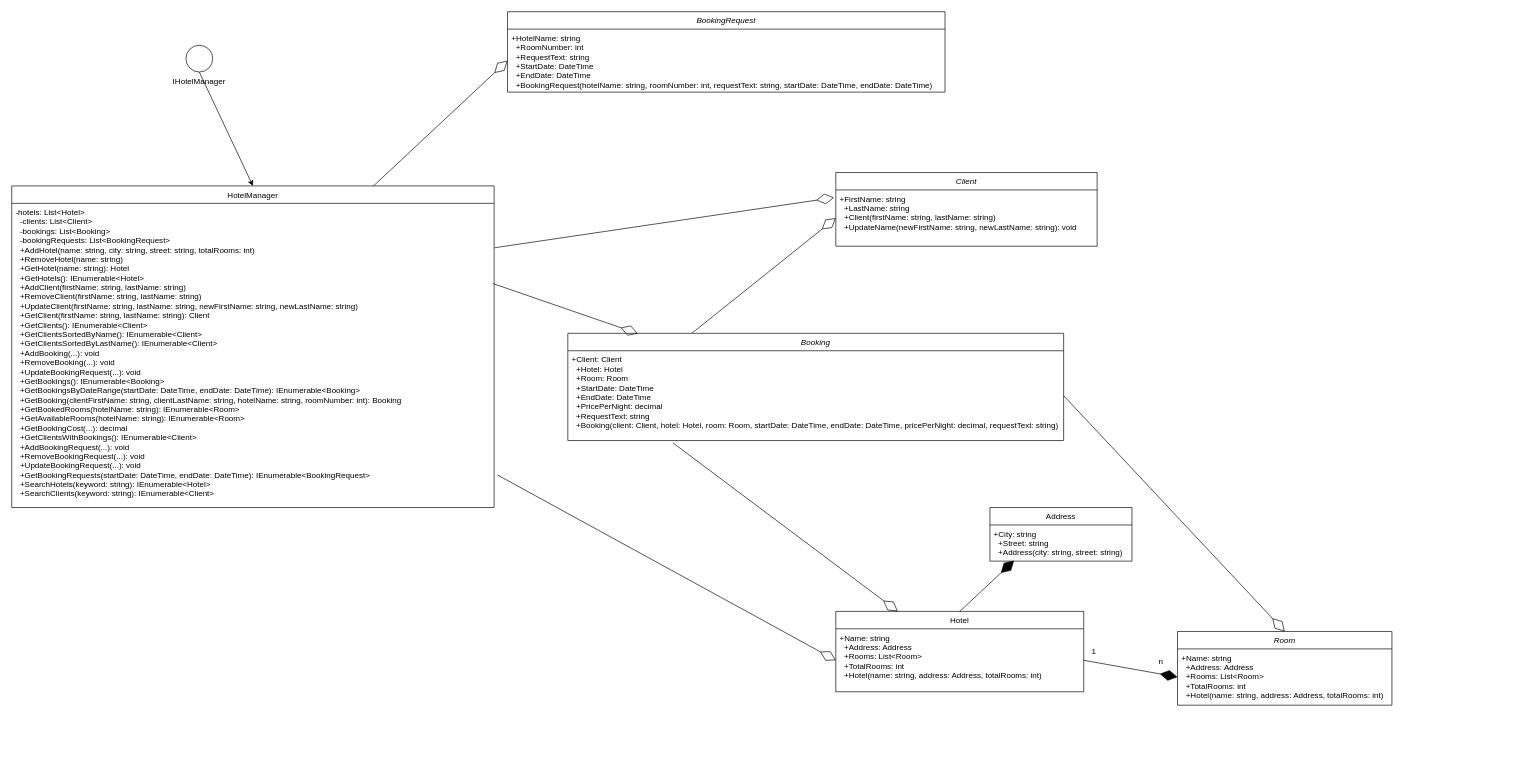
Above: Diagram.drawio in llllenah/Lab8 (draw.io), before the change. Source tidied: cells renumbered, new cells numbered last; positions are measured from the earlier drawing's top-left corner, leaving out a move shared by most shapes. Both pictures are drawn from the tidied source at 67%, with x=0, y=0 at pixel (11, 11).
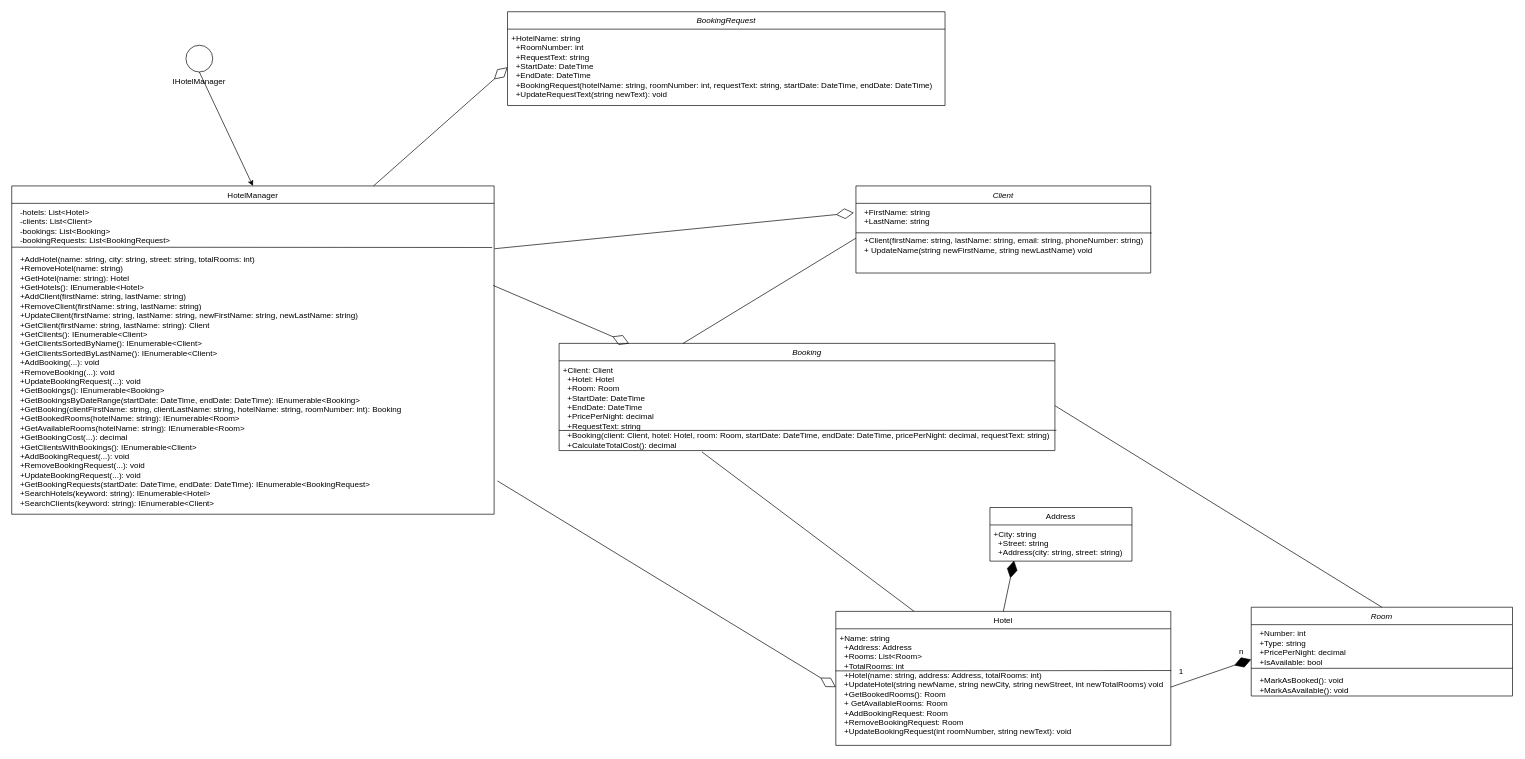
The same diagram, later.

Commit message (it also covers changes not shown here):
sort correction? amount of rooms are shown and detailed info for each client

The edit, as a diff of the source:
```diff
@@
     <mxCell id="2" value="Room" style="swimlane;fontStyle=2;align=center;verticalAlign=top;horizontal=1;startSize=26;rounded=0;shadow=0;strokeWidth=1;" parent="1" vertex="1">
-      <mxGeometry x="1740" y="925" width="320" height="110" as="geometry" />
+      <mxGeometry x="1850" y="888.8" width="390" height="132.5" as="geometry" />
     </mxCell>
-    <mxCell id="3" value="+Name: string&#10;  +Address: Address&#10;  +Rooms: List&lt;Room&gt;&#10;  +TotalRooms: int&#10;  +Hotel(name: string, address: Address, totalRooms: int)" style="text;align=left;verticalAlign=top;spacingLeft=4;spacingRight=4;overflow=hidden;points=[[0,0.5],[1,0.5]];portConstraint=eastwest;" parent="2" vertex="1">
-      <mxGeometry y="26" width="320" height="84" as="geometry" />
+    <mxCell id="3" value="  +Number: int&#10;  +Type: string&#10;  +PricePerNight: decimal&#10;  +IsAvailable: bool&#10;&#10;  +MarkAsBooked(): void&#10;  +MarkAsAvailable(): void" style="text;align=left;verticalAlign=top;spacingLeft=4;spacingRight=4;overflow=hidden;points=[[0,0.5],[1,0.5]];portConstraint=eastwest;" parent="2" vertex="1">
+      <mxGeometry y="26" width="390" height="104" as="geometry" />
     </mxCell>
+    <mxCell id="30" style="endArrow=none;html=1;rounded=0;exitX=1.003;exitY=0.774;exitDx=0;exitDy=0;exitPerimeter=0;" parent="2" edge="1">
+      <mxGeometry relative="1" as="geometry">
+        <mxPoint x="390" y="91.2" as="sourcePoint" />
+        <mxPoint y="91.2" as="targetPoint" />
+      </mxGeometry>
+    </mxCell>
     <mxCell id="4" value="HotelManager" style="swimlane;fontStyle=0;align=center;verticalAlign=top;horizontal=1;startSize=26;rounded=0;shadow=0;strokeWidth=1;" parent="1" vertex="1">
-      <mxGeometry y="260" width="720" height="480" as="geometry" />
+      <mxGeometry y="260" width="720" height="490" as="geometry" />
     </mxCell>
-    <mxCell id="5" value="-hotels: List&lt;Hotel&gt;&#10;  -clients: List&lt;Client&gt;&#10;  -bookings: List&lt;Booking&gt;&#10;  -bookingRequests: List&lt;BookingRequest&gt;&#10;  +AddHotel(name: string, city: string, street: string, totalRooms: int)&#10;  +RemoveHotel(name: string)&#10;  +GetHotel(name: string): Hotel&#10;  +GetHotels(): IEnumerable&lt;Hotel&gt;&#10;  +AddClient(firstName: string, lastName: string)&#10;  +RemoveClient(firstName: string, lastName: string)&#10;  +UpdateClient(firstName: string, lastName: string, newFirstName: string, newLastName: string)&#10;  +GetClient(firstName: string, lastName: string): Client&#10;  +GetClients(): IEnumerable&lt;Client&gt;&#10;  +GetClientsSortedByName(): IEnumerable&lt;Client&gt;&#10;  +GetClientsSortedByLastName(): IEnumerable&lt;Client&gt;&#10;  +AddBooking(...): void&#10;  +RemoveBooking(...): void&#10;  +UpdateBookingRequest(...): void&#10;  +GetBookings(): IEnumerable&lt;Booking&gt;&#10;  +GetBookingsByDateRange(startDate: DateTime, endDate: DateTime): IEnumerable&lt;Booking&gt;&#10;  +GetBooking(clientFirstName: string, clientLastName: string, hotelName: string, roomNumber: int): Booking&#10;  +GetBookedRooms(hotelName: string): IEnumerable&lt;Room&gt;&#10;  +GetAvailableRooms(hotelName: string): IEnumerable&lt;Room&gt;&#10;  +GetBookingCost(...): decimal&#10;  +GetClientsWithBookings(): IEnumerable&lt;Client&gt;&#10;  +AddBookingRequest(...): void&#10;  +RemoveBookingRequest(...): void&#10;  +UpdateBookingRequest(...): void&#10;  +GetBookingRequests(startDate: DateTime, endDate: DateTime): IEnumerable&lt;BookingRequest&gt;&#10;  +SearchHotels(keyword: string): IEnumerable&lt;Hotel&gt;&#10;  +SearchClients(keyword: string): IEnumerable&lt;Client&gt;" style="text;align=left;verticalAlign=top;spacingLeft=4;spacingRight=4;overflow=hidden;points=[[0,0.5],[1,0.5]];portConstraint=eastwest;" parent="4" vertex="1">
-      <mxGeometry y="26" width="720" height="454" as="geometry" />
+    <mxCell id="5" value="  -hotels: List&lt;Hotel&gt;&#10;  -clients: List&lt;Client&gt;&#10;  -bookings: List&lt;Booking&gt;&#10;  -bookingRequests: List&lt;BookingRequest&gt;&#10;&#10;  +AddHotel(name: string, city: string, street: string, totalRooms: int)&#10;  +RemoveHotel(name: string)&#10;  +GetHotel(name: string): Hotel&#10;  +GetHotels(): IEnumerable&lt;Hotel&gt;&#10;  +AddClient(firstName: string, lastName: string)&#10;  +RemoveClient(firstName: string, lastName: string)&#10;  +UpdateClient(firstName: string, lastName: string, newFirstName: string, newLastName: string)&#10;  +GetClient(firstName: string, lastName: string): Client&#10;  +GetClients(): IEnumerable&lt;Client&gt;&#10;  +GetClientsSortedByName(): IEnumerable&lt;Client&gt;&#10;  +GetClientsSortedByLastName(): IEnumerable&lt;Client&gt;&#10;  +AddBooking(...): void&#10;  +RemoveBooking(...): void&#10;  +UpdateBookingRequest(...): void&#10;  +GetBookings(): IEnumerable&lt;Booking&gt;&#10;  +GetBookingsByDateRange(startDate: DateTime, endDate: DateTime): IEnumerable&lt;Booking&gt;&#10;  +GetBooking(clientFirstName: string, clientLastName: string, hotelName: string, roomNumber: int): Booking&#10;  +GetBookedRooms(hotelName: string): IEnumerable&lt;Room&gt;&#10;  +GetAvailableRooms(hotelName: string): IEnumerable&lt;Room&gt;&#10;  +GetBookingCost(...): decimal&#10;  +GetClientsWithBookings(): IEnumerable&lt;Client&gt;&#10;  +AddBookingRequest(...): void&#10;  +RemoveBookingRequest(...): void&#10;  +UpdateBookingRequest(...): void&#10;  +GetBookingRequests(startDate: DateTime, endDate: DateTime): IEnumerable&lt;BookingRequest&gt;&#10;  +SearchHotels(keyword: string): IEnumerable&lt;Hotel&gt;&#10;  +SearchClients(keyword: string): IEnumerable&lt;Client&gt;" style="text;align=left;verticalAlign=top;spacingLeft=4;spacingRight=4;overflow=hidden;points=[[0,0.5],[1,0.5]];portConstraint=eastwest;" parent="4" vertex="1">
+      <mxGeometry y="26" width="720" height="464" as="geometry" />
     </mxCell>
+    <mxCell id="31" style="endArrow=none;html=1;rounded=0;exitX=0.996;exitY=0.142;exitDx=0;exitDy=0;exitPerimeter=0;entryX=0;entryY=0.141;entryDx=0;entryDy=0;entryPerimeter=0;" parent="4" edge="1" source="5" target="5">
+      <mxGeometry relative="1" as="geometry" />
+    </mxCell>
     <mxCell id="6" value="Hotel" style="swimlane;fontStyle=0;align=center;verticalAlign=top;horizontal=1;startSize=26;rounded=0;shadow=0;strokeWidth=1;" parent="1" vertex="1">
-      <mxGeometry x="1230" y="895" width="370" height="120" as="geometry" />
+      <mxGeometry x="1230" y="895" width="500" height="200" as="geometry" />
     </mxCell>
+    <mxCell id="32" style="endArrow=none;html=1;rounded=0;exitX=1.001;exitY=0.358;exitDx=0;exitDy=0;exitPerimeter=0;entryX=-0.001;entryY=0.361;entryDx=0;entryDy=0;entryPerimeter=0;" parent="6" edge="1" source="7" target="7">
+      <mxGeometry relative="1" as="geometry" />
+    </mxCell>
-    <mxCell id="7" value="+Name: string&#10;  +Address: Address&#10;  +Rooms: List&lt;Room&gt;&#10;  +TotalRooms: int&#10;  +Hotel(name: string, address: Address, totalRooms: int)" style="text;align=left;verticalAlign=top;spacingLeft=4;spacingRight=4;overflow=hidden;points=[[0,0.5],[1,0.5]];portConstraint=eastwest;" parent="6" vertex="1">
-      <mxGeometry y="26" width="370" height="94" as="geometry" />
+    <mxCell id="7" value="+Name: string&#10;  +Address: Address&#10;  +Rooms: List&lt;Room&gt;&#10;  +TotalRooms: int&#10;  +Hotel(name: string, address: Address, totalRooms: int)&#10;  +UpdateHotel(string newName, string newCity, string newStreet, int newTotalRooms) void&#10;  +GetBookedRooms(): Room&#10;  + GetAvailableRooms: Room&#10;  +AddBookingRequest: Room&#10;  +RemoveBookingRequest: Room&#10;  +UpdateBookingRequest(int roomNumber, string newText): void" style="text;align=left;verticalAlign=top;spacingLeft=4;spacingRight=4;overflow=hidden;points=[[0,0.5],[1,0.5]];portConstraint=eastwest;" parent="6" vertex="1">
+      <mxGeometry y="26" width="500" height="174" as="geometry" />
     </mxCell>
@@
     <mxCell id="10" value="Client" style="swimlane;fontStyle=2;align=center;verticalAlign=top;horizontal=1;startSize=26;rounded=0;shadow=0;strokeWidth=1;" parent="1" vertex="1">
-      <mxGeometry x="1230" y="240" width="390" height="110" as="geometry" />
+      <mxGeometry x="1260" y="260" width="440" height="130" as="geometry" />
     </mxCell>
+    <mxCell id="33" style="endArrow=none;html=1;rounded=0;exitX=1.003;exitY=0.425;exitDx=0;exitDy=0;exitPerimeter=0;entryX=0;entryY=0.141;entryDx=0;entryDy=0;entryPerimeter=0;" parent="10" edge="1" source="11">
+      <mxGeometry relative="1" as="geometry">
+        <mxPoint y="70" as="targetPoint" />
+      </mxGeometry>
+    </mxCell>
-    <mxCell id="11" value="+FirstName: string&#10;  +LastName: string&#10;  +Client(firstName: string, lastName: string)&#10;  +UpdateName(newFirstName: string, newLastName: string): void" style="text;align=left;verticalAlign=top;spacingLeft=4;spacingRight=4;overflow=hidden;points=[[0,0.5],[1,0.5]];portConstraint=eastwest;" parent="10" vertex="1">
-      <mxGeometry y="26" width="390" height="84" as="geometry" />
+    <mxCell id="11" value="  +FirstName: string &#10;  +LastName: string &#10;&#10;  +Client(firstName: string, lastName: string, email: string, phoneNumber: string) &#10;  + UpdateName(string newFirstName, string newLastName) void" style="text;align=left;verticalAlign=top;spacingLeft=4;spacingRight=4;overflow=hidden;points=[[0,0.5],[1,0.5]];portConstraint=eastwest;" parent="10" vertex="1">
+      <mxGeometry y="26" width="440" height="104" as="geometry" />
     </mxCell>
     <mxCell id="12" value="BookingRequest" style="swimlane;fontStyle=2;align=center;verticalAlign=top;horizontal=1;startSize=26;rounded=0;shadow=0;strokeWidth=1;" parent="1" vertex="1">
-      <mxGeometry x="740" width="653" height="120" as="geometry" />
+      <mxGeometry x="740" width="653" height="140" as="geometry" />
     </mxCell>
-    <mxCell id="13" value="+HotelName: string&#10;  +RoomNumber: int&#10;  +RequestText: string&#10;  +StartDate: DateTime&#10;  +EndDate: DateTime&#10;  +BookingRequest(hotelName: string, roomNumber: int, requestText: string, startDate: DateTime, endDate: DateTime)" style="text;align=left;verticalAlign=top;spacingLeft=4;spacingRight=4;overflow=hidden;points=[[0,0.5],[1,0.5]];portConstraint=eastwest;" parent="12" vertex="1">
-      <mxGeometry y="26" width="653" height="94" as="geometry" />
+    <mxCell id="13" value="+HotelName: string&#10;  +RoomNumber: int&#10;  +RequestText: string&#10;  +StartDate: DateTime&#10;  +EndDate: DateTime&#10;  +BookingRequest(hotelName: string, roomNumber: int, requestText: string, startDate: DateTime, endDate: DateTime)&#10;  +UpdateRequestText(string newText): void" style="text;align=left;verticalAlign=top;spacingLeft=4;spacingRight=4;overflow=hidden;points=[[0,0.5],[1,0.5]];portConstraint=eastwest;" parent="12" vertex="1">
+      <mxGeometry y="26" width="653" height="114" as="geometry" />
     </mxCell>
     <mxCell id="14" value="Booking" style="swimlane;fontStyle=2;align=center;verticalAlign=top;horizontal=1;startSize=26;rounded=0;shadow=0;strokeWidth=1;" parent="1" vertex="1">
-      <mxGeometry x="830" y="480" width="740" height="160" as="geometry" />
+      <mxGeometry x="817" y="495" width="740" height="160" as="geometry" />
     </mxCell>
-    <mxCell id="15" value="+Client: Client&#10;  +Hotel: Hotel&#10;  +Room: Room&#10;  +StartDate: DateTime&#10;  +EndDate: DateTime&#10;  +PricePerNight: decimal&#10;  +RequestText: string&#10;  +Booking(client: Client, hotel: Hotel, room: Room, startDate: DateTime, endDate: DateTime, pricePerNight: decimal, requestText: string)" style="text;align=left;verticalAlign=top;spacingLeft=4;spacingRight=4;overflow=hidden;points=[[0,0.5],[1,0.5]];portConstraint=eastwest;" parent="14" vertex="1">
+    <mxCell id="15" value="+Client: Client&#10;  +Hotel: Hotel&#10;  +Room: Room&#10;  +StartDate: DateTime&#10;  +EndDate: DateTime&#10;  +PricePerNight: decimal&#10;  +RequestText: string&#10;  +Booking(client: Client, hotel: Hotel, room: Room, startDate: DateTime, endDate: DateTime, pricePerNight: decimal, requestText: string)&#10;  +CalculateTotalCost(): decimal" style="text;align=left;verticalAlign=top;spacingLeft=4;spacingRight=4;overflow=hidden;points=[[0,0.5],[1,0.5]];portConstraint=eastwest;" parent="14" vertex="1">
       <mxGeometry y="26" width="740" height="134" as="geometry" />
     </mxCell>
+    <mxCell id="34" style="endArrow=none;html=1;rounded=0;exitX=1.003;exitY=0.774;exitDx=0;exitDy=0;exitPerimeter=0;entryX=0;entryY=0.141;entryDx=0;entryDy=0;entryPerimeter=0;" parent="14" edge="1" source="15">
+      <mxGeometry relative="1" as="geometry">
+        <mxPoint y="130" as="targetPoint" />
+      </mxGeometry>
+    </mxCell>
@@
     <mxCell id="21" value="1" style="text;html=1;align=center;verticalAlign=middle;strokeColor=none;fillColor=none;" parent="1" vertex="1">
-      <mxGeometry x="1600" y="940" width="30" height="30" as="geometry" />
+      <mxGeometry x="1730" y="970" width="30" height="30" as="geometry" />
     </mxCell>
     <mxCell id="22" value="n" style="text;html=1;align=center;verticalAlign=middle;strokeColor=none;fillColor=none;" parent="1" vertex="1">
-      <mxGeometry x="1700" y="955" width="30" height="30" as="geometry" />
+      <mxGeometry x="1820" y="940" width="30" height="30" as="geometry" />
     </mxCell>
-    <mxCell id="23" style="endArrow=diamondThin;endFill=0;endSize=24;html=1;rounded=0;exitX=0.25;exitY=0;exitDx=0;exitDy=0;entryX=0;entryY=0.5;entryDx=0;entryDy=0;" parent="1" edge="1" source="14" target="11">
-      <mxGeometry relative="1" as="geometry" />
-    </mxCell>
-    <mxCell id="24" style="endArrow=diamondThin;endFill=0;endSize=24;html=1;rounded=0;exitX=0.212;exitY=1.026;exitDx=0;exitDy=0;exitPerimeter=0;entryX=0.25;entryY=0;entryDx=0;entryDy=0;" parent="1" edge="1" source="15" target="6">
-      <mxGeometry relative="1" as="geometry" />
-    </mxCell>
-    <mxCell id="25" style="endArrow=diamondThin;endFill=0;endSize=24;html=1;rounded=0;exitX=1;exitY=0.5;exitDx=0;exitDy=0;entryX=0.5;entryY=0;entryDx=0;entryDy=0;" parent="1" edge="1" source="15" target="2">
-      <mxGeometry relative="1" as="geometry" />
-    </mxCell>
@@
+    <mxCell id="23" style="endArrow=none;html=1;rounded=0;exitX=0.25;exitY=0;exitDx=0;exitDy=0;entryX=0;entryY=0.5;entryDx=0;entryDy=0;" parent="1" edge="1" source="14" target="11">
+      <mxGeometry relative="1" as="geometry" />
+    </mxCell>
+    <mxCell id="24" style="endArrow=none;html=1;rounded=0;exitX=0.288;exitY=1.015;exitDx=0;exitDy=0;exitPerimeter=0;" parent="1" edge="1" source="15" target="6">
+      <mxGeometry relative="1" as="geometry" />
+    </mxCell>
+    <mxCell id="25" style="endArrow=none;html=1;rounded=0;exitX=1;exitY=0.5;exitDx=0;exitDy=0;entryX=0.5;entryY=0;entryDx=0;entryDy=0;" parent="1" edge="1" source="15" target="2">
+      <mxGeometry relative="1" as="geometry" />
+    </mxCell>
```
